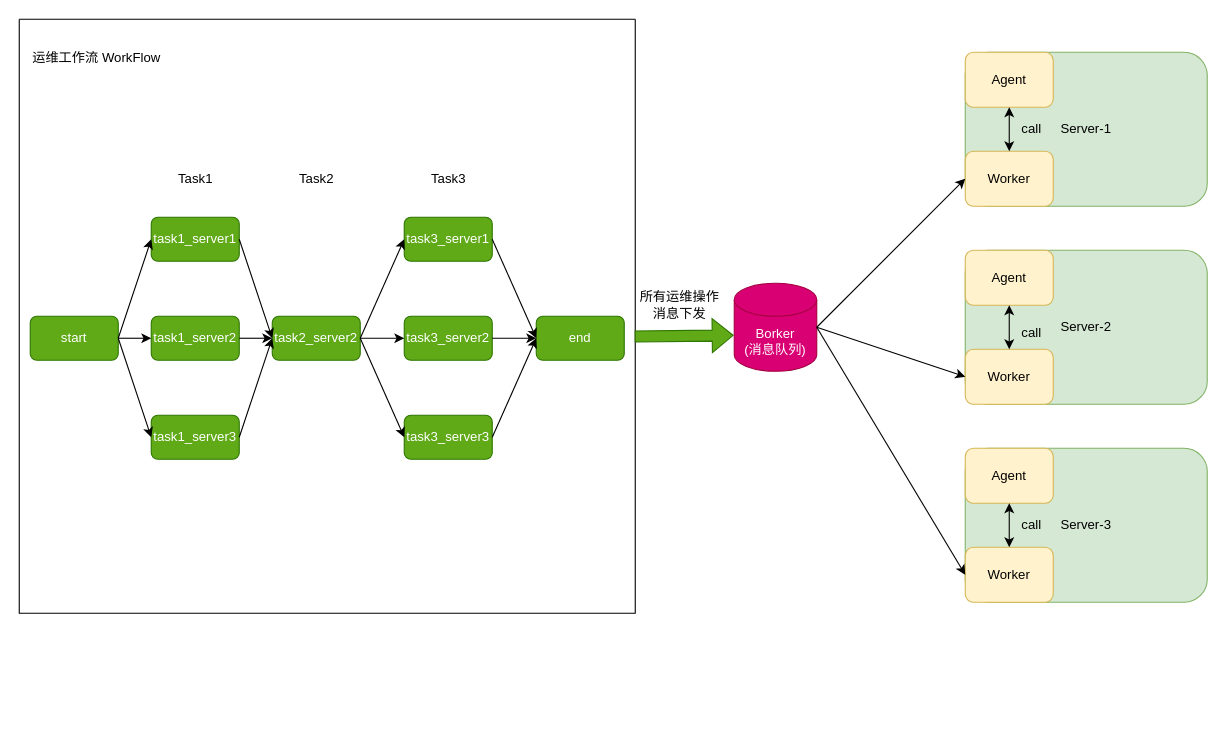
Above: 一种基于工作流和分布式消息的IT运维平台设计方法.drawio in yihezhou/diagrams (draw.io), before the change. Source tidied: cells renumbered, new cells numbered last; positions are measured from the earlier drawing's top-left corner, leaving out a move shared by most shapes. Both pictures are drawn from the tidied source at 110%, with x=0, y=0 at pixel (19, 19).
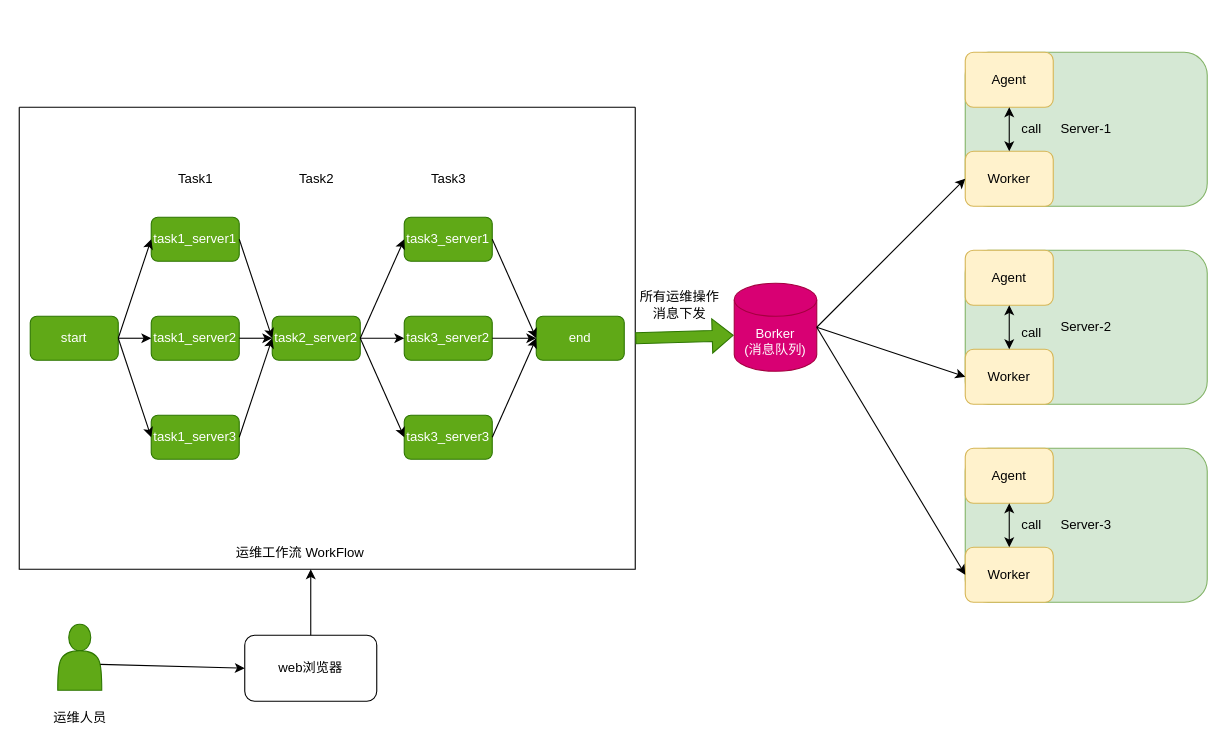
The same page after the edit.

Commit message (it also covers changes not shown here):
更新一种基于工作流和分布式消息的IT运维平台设计方法.drawio

The change refers to these unchanged cells:
```xml
<mxCell id="5" value="Borker&lt;br&gt;(消息队列)" style="shape=cylinder3;whiteSpace=wrap;html=1;boundedLbl=1;backgroundOutline=1;size=15;fillColor=#d80073;fontColor=#ffffff;strokeColor=#A50040;" parent="1" vertex="1">
  <mxGeometry x="650" y="240" width="75" height="80" as="geometry" />
</mxCell>
```

Change to the diagram source:
```diff
@@
     <mxCell id="30" style="swimlane;startSize=0;" parent="1" vertex="1">
-      <mxGeometry width="560" height="540" as="geometry" />
+      <mxGeometry y="80" width="560" height="420" as="geometry" />
     </mxCell>
     <mxCell id="31" value="运维工作流 WorkFlow" style="text;html=1;align=center;verticalAlign=middle;strokeColor=none;fillColor=none;" parent="30" vertex="1">
-      <mxGeometry y="20" width="140" height="30" as="geometry" />
+      <mxGeometry x="185" y="390" width="140" height="30" as="geometry" />
     </mxCell>
@@
-    <mxCell id="38" style="shape=flexArrow;endArrow=classic;html=1;rounded=0;entryX=-0.007;entryY=0.592;entryDx=0;entryDy=0;entryPerimeter=0;exitX=0.999;exitY=0.534;exitDx=0;exitDy=0;exitPerimeter=0;fillColor=#60a917;strokeColor=#2D7600;" parent="1" edge="1" source="30" target="5">
+    <mxCell id="38" style="shape=flexArrow;endArrow=classic;html=1;rounded=0;entryX=-0.007;entryY=0.592;entryDx=0;entryDy=0;entryPerimeter=0;exitX=1;exitY=0.5;exitDx=0;exitDy=0;fillColor=#60a917;strokeColor=#2D7600;" parent="1" edge="1" source="30" target="5">
       <mxGeometry relative="1" as="geometry" />
     </mxCell>
@@
+    <mxCell id="49" style="shape=actor;whiteSpace=wrap;html=1;fillColor=#60a917;fontColor=#ffffff;strokeColor=#2D7600;" parent="1" vertex="1">
+      <mxGeometry x="35" y="550" width="40" height="60" as="geometry" />
+    </mxCell>
+    <mxCell id="50" style="endArrow=classic;html=1;rounded=0;exitX=0.967;exitY=0.608;exitDx=0;exitDy=0;exitPerimeter=0;entryX=0;entryY=0.5;entryDx=0;entryDy=0;" parent="1" edge="1" source="49">
+      <mxGeometry relative="1" as="geometry">
+        <mxPoint x="205" y="590" as="targetPoint" />
+      </mxGeometry>
+    </mxCell>
+    <mxCell id="51" value="web浏览器" style="rounded=1;whiteSpace=wrap;html=1;" parent="1" vertex="1">
+      <mxGeometry x="205" y="560" width="120" height="60" as="geometry" />
+    </mxCell>
+    <mxCell id="52" style="endArrow=classic;html=1;rounded=0;exitX=0.5;exitY=0;exitDx=0;exitDy=0;" parent="1" edge="1" source="51">
+      <mxGeometry relative="1" as="geometry">
+        <mxPoint x="265" y="500" as="targetPoint" />
+      </mxGeometry>
+    </mxCell>
+    <mxCell id="53" value="运维人员" style="text;html=1;align=center;verticalAlign=middle;strokeColor=none;fillColor=none;" parent="1" vertex="1">
+      <mxGeometry x="20" y="620" width="70" height="30" as="geometry" />
+    </mxCell>
```
